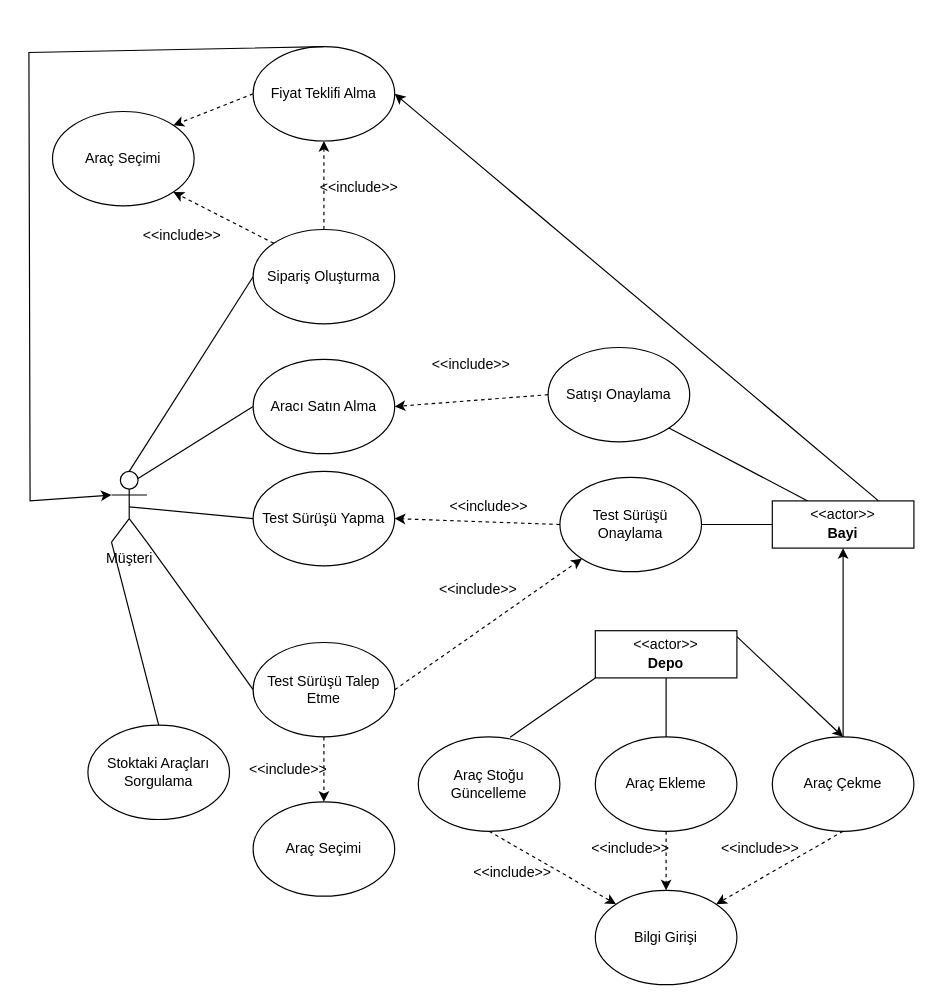
Above: diagrams/kullanim_senaryo.drawio in Ahmet-MahirDEMIRELLI/Birinci_El_Arac_Satis_Bilgi_Sistemi (draw.io), before the change. Source tidied: cells renumbered, new cells numbered last; positions are measured from the earlier drawing's top-left corner, leaving out a move shared by most shapes. Both pictures are drawn from the tidied source at 118%, with x=0, y=0 at pixel (28, 46).
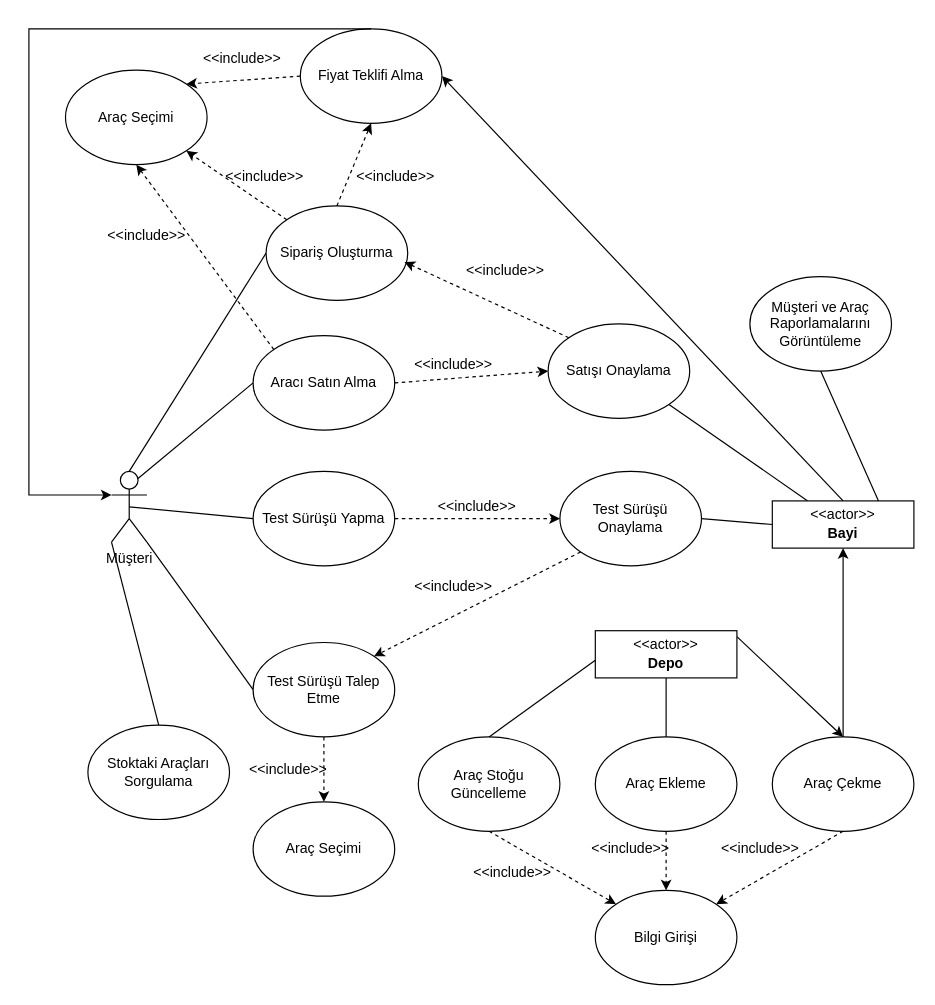
The same diagram, later.

Commit message:
Update Use Case Diagram

Unchanged cells that the change refers to:
```xml
<mxCell id="2" value="Müşteri" style="shape=umlActor;verticalLabelPosition=bottom;verticalAlign=top;html=1;outlineConnect=0;textShadow=0;" parent="1" vertex="1">
  <mxGeometry x="70" y="360" width="30" height="60" as="geometry" />
</mxCell>
<mxCell id="10" value="Test Sürüşü Yapma" style="ellipse;whiteSpace=wrap;html=1;" parent="1" vertex="1">
  <mxGeometry x="190" y="360" width="120" height="80" as="geometry" />
</mxCell>
<mxCell id="15" value="&amp;lt;&amp;lt;actor&amp;gt;&amp;gt;" style="html=1;align=center;spacing=0;verticalAlign=middle;strokeColor=none;fillColor=none;whiteSpace=wrap;spacingTop=3;" parent="14" vertex="1">
  <mxGeometry width="120" height="20" as="geometry" />
</mxCell>
<mxCell id="19" value="Depo" style="html=1;align=center;spacing=0;verticalAlign=middle;strokeColor=none;fillColor=none;whiteSpace=wrap;spacingBottom=4;fontStyle=1;" parent="17" vertex="1">
  <mxGeometry y="20" width="120" height="20" as="geometry" />
</mxCell>
<mxCell id="20" value="Araç Ekleme" style="ellipse;whiteSpace=wrap;html=1;" parent="1" vertex="1">
  <mxGeometry x="480" y="585" width="120" height="80" as="geometry" />
</mxCell>
<mxCell id="21" value="Araç Stoğu Güncelleme" style="ellipse;whiteSpace=wrap;html=1;" parent="1" vertex="1">
  <mxGeometry x="330" y="585" width="120" height="80" as="geometry" />
</mxCell>
<mxCell id="22" value="Test Sürüşü Talep Etme" style="ellipse;whiteSpace=wrap;html=1;" parent="1" vertex="1">
  <mxGeometry x="190" y="505" width="120" height="80" as="geometry" />
</mxCell>
```

Change to the diagram source:
```diff
@@
     <mxCell id="4" value="Sipariş Oluşturma" style="ellipse;whiteSpace=wrap;html=1;" parent="1" vertex="1">
-      <mxGeometry x="190" y="155" width="120" height="80" as="geometry" />
+      <mxGeometry x="201" y="135" width="120" height="80" as="geometry" />
     </mxCell>
@@
     <mxCell id="12" value="Satışı Onaylama" style="ellipse;whiteSpace=wrap;html=1;" parent="1" vertex="1">
-      <mxGeometry x="440" y="255" width="120" height="80" as="geometry" />
+      <mxGeometry x="440" y="235" width="120" height="80" as="geometry" />
     </mxCell>
@@
     <mxCell id="23" value="Test Sürüşü Onaylama" style="ellipse;whiteSpace=wrap;html=1;" parent="1" vertex="1">
-      <mxGeometry x="450" y="365" width="120" height="80" as="geometry" />
+      <mxGeometry x="450" y="360" width="120" height="80" as="geometry" />
     </mxCell>
@@
+    <mxCell id="55" style="html=1;labelBackgroundColor=#ffffff;startArrow=none;startFill=0;startSize=6;endArrow=classic;endFill=1;endSize=6;jettySize=auto;strokeWidth=1;dashed=1;fontSize=14;rounded=0;entryX=1;entryY=0;entryDx=0;entryDy=0;exitX=0;exitY=1;exitDx=0;exitDy=0;" parent="1" edge="1" source="23" target="22">
+      <mxGeometry relative="1" as="geometry" />
+    </mxCell>
+    <mxCell id="56" value="&amp;lt;&amp;lt;include&amp;gt;&amp;gt;" style="text;html=1;align=center;verticalAlign=middle;whiteSpace=wrap;rounded=0;" parent="1" vertex="1">
+      <mxGeometry x="330" y="440" width="60" height="35" as="geometry" />
+    </mxCell>
-    <mxCell id="25" style="html=1;labelBackgroundColor=#ffffff;startArrow=none;startFill=0;startSize=6;endArrow=classic;endFill=1;endSize=6;jettySize=auto;strokeWidth=1;dashed=1;fontSize=14;rounded=0;exitX=1;exitY=0.5;exitDx=0;exitDy=0;" parent="1" edge="1" source="22" target="23">
+    <mxCell id="25" style="html=1;labelBackgroundColor=#ffffff;startArrow=none;startFill=0;startSize=6;endArrow=classic;endFill=1;endSize=6;jettySize=auto;strokeWidth=1;dashed=1;fontSize=14;rounded=0;exitX=1;exitY=0.5;exitDx=0;exitDy=0;entryX=0;entryY=0.5;entryDx=0;entryDy=0;" parent="1" edge="1" source="10" target="23">
       <mxGeometry relative="1" as="geometry" />
     </mxCell>
     <mxCell id="26" value="&amp;lt;&amp;lt;include&amp;gt;&amp;gt;" style="text;html=1;align=center;verticalAlign=middle;whiteSpace=wrap;rounded=0;" parent="1" vertex="1">
-      <mxGeometry x="351" y="445" width="60" height="30" as="geometry" />
+      <mxGeometry x="350" y="375" width="60" height="30" as="geometry" />
     </mxCell>
@@
     <mxCell id="28" value="Aracı Satın Alma" style="ellipse;whiteSpace=wrap;html=1;" parent="1" vertex="1">
-      <mxGeometry x="190" y="265" width="120" height="80" as="geometry" />
+      <mxGeometry x="190" y="245" width="120" height="80" as="geometry" />
     </mxCell>
@@
-    <mxCell id="30" style="html=1;labelBackgroundColor=#ffffff;startArrow=none;startFill=0;startSize=6;endArrow=classic;endFill=1;endSize=6;jettySize=auto;strokeWidth=1;dashed=1;fontSize=14;rounded=0;exitX=0.5;exitY=0;exitDx=0;exitDy=0;entryX=0.5;entryY=1;entryDx=0;entryDy=0;" parent="1" edge="1" source="4" target="45">
+    <mxCell id="30" style="html=1;labelBackgroundColor=#ffffff;startArrow=none;startFill=0;startSize=6;endArrow=classic;endFill=1;endSize=6;jettySize=auto;strokeWidth=1;dashed=1;fontSize=14;rounded=0;exitX=1;exitY=0.5;exitDx=0;exitDy=0;entryX=0;entryY=0.5;entryDx=0;entryDy=0;" parent="1" edge="1" source="28" target="12">
       <mxGeometry relative="1" as="geometry" />
     </mxCell>
-    <mxCell id="31" style="html=1;labelBackgroundColor=#ffffff;startArrow=none;startFill=0;startSize=6;endArrow=classic;endFill=1;endSize=6;jettySize=auto;strokeWidth=1;dashed=1;fontSize=14;rounded=0;exitX=0;exitY=0.5;exitDx=0;exitDy=0;" parent="1" edge="1" source="12">
-      <mxGeometry relative="1" as="geometry">
-        <mxPoint x="310" y="305" as="targetPoint" />
-      </mxGeometry>
+    <mxCell id="31" style="html=1;labelBackgroundColor=#ffffff;startArrow=none;startFill=0;startSize=6;endArrow=classic;endFill=1;endSize=6;jettySize=auto;strokeWidth=1;dashed=1;fontSize=14;rounded=0;exitX=0.5;exitY=0;exitDx=0;exitDy=0;entryX=0.5;entryY=1;entryDx=0;entryDy=0;" parent="1" edge="1" source="4" target="45">
+      <mxGeometry relative="1" as="geometry" />
     </mxCell>
     <mxCell id="32" value="&amp;lt;&amp;lt;include&amp;gt;&amp;gt;" style="text;html=1;align=center;verticalAlign=middle;whiteSpace=wrap;rounded=0;" parent="1" vertex="1">
-      <mxGeometry x="250" y="105" width="60" height="30" as="geometry" />
+      <mxGeometry x="330" y="255" width="60" height="30" as="geometry" />
     </mxCell>
     <mxCell id="33" value="&amp;lt;&amp;lt;include&amp;gt;&amp;gt;" style="text;html=1;align=center;verticalAlign=middle;whiteSpace=wrap;rounded=0;" parent="1" vertex="1">
-      <mxGeometry x="344.5" y="255" width="60" height="30" as="geometry" />
+      <mxGeometry x="281" y="95" width="60" height="30" as="geometry" />
     </mxCell>
@@
     <mxCell id="36" value="Araç Seçimi" style="ellipse;whiteSpace=wrap;html=1;" parent="1" vertex="1">
-      <mxGeometry x="20" y="55" width="120" height="80" as="geometry" />
+      <mxGeometry x="31" y="20" width="120" height="80" as="geometry" />
     </mxCell>
@@
     <mxCell id="45" value="Fiyat Teklifi Alma" style="ellipse;whiteSpace=wrap;html=1;" parent="1" vertex="1">
-      <mxGeometry x="190" width="120" height="80" as="geometry" />
+      <mxGeometry x="230" y="-15" width="120" height="80" as="geometry" />
     </mxCell>
@@
-    <mxCell id="47" style="endArrow=classic;html=1;rounded=0;exitX=0.75;exitY=0;exitDx=0;exitDy=0;entryX=1;entryY=0.5;entryDx=0;entryDy=0;" parent="1" edge="1" source="15" target="45">
+    <mxCell id="47" style="endArrow=classic;html=1;rounded=0;exitX=0.5;exitY=0;exitDx=0;exitDy=0;entryX=1;entryY=0.5;entryDx=0;entryDy=0;" parent="1" edge="1" source="15" target="45">
       <mxGeometry relative="1" as="geometry" />
     </mxCell>
     <mxCell id="48" style="endArrow=classic;html=1;rounded=0;exitX=0.5;exitY=0;exitDx=0;exitDy=0;entryX=0;entryY=0.3333333333333333;entryDx=0;entryDy=0;entryPerimeter=0;" parent="1" edge="1" source="45" target="2">
       <mxGeometry relative="1" as="geometry">
         <Array as="points">
-          <mxPoint y="5" />
-          <mxPoint x="1" y="385" />
+          <mxPoint y="-15" />
+          <mxPoint y="380" />
         </Array>
       </mxGeometry>
     </mxCell>
-    <mxCell id="49" value="&amp;lt;&amp;lt;include&amp;gt;&amp;gt;" style="text;html=1;align=center;verticalAlign=middle;whiteSpace=wrap;rounded=0;" parent="1" vertex="1">
-      <mxGeometry x="100" y="145" width="60" height="30" as="geometry" />
-    </mxCell>
+    <mxCell id="57" value="&amp;lt;&amp;lt;include&amp;gt;&amp;gt;" style="text;html=1;align=center;verticalAlign=middle;whiteSpace=wrap;rounded=0;" parent="1" vertex="1">
+      <mxGeometry x="151" y="-5" width="60" height="30" as="geometry" />
+    </mxCell>
+    <mxCell id="58" value="&amp;lt;&amp;lt;include&amp;gt;&amp;gt;" style="text;html=1;align=center;verticalAlign=middle;whiteSpace=wrap;rounded=0;" parent="1" vertex="1">
+      <mxGeometry x="170" y="95" width="60" height="30" as="geometry" />
+    </mxCell>
+    <mxCell id="59" style="html=1;labelBackgroundColor=#ffffff;startArrow=none;startFill=0;startSize=6;endArrow=classic;endFill=1;endSize=6;jettySize=auto;strokeWidth=1;dashed=1;fontSize=14;rounded=0;exitX=0;exitY=0;exitDx=0;exitDy=0;entryX=0.977;entryY=0.594;entryDx=0;entryDy=0;entryPerimeter=0;" parent="1" edge="1" source="12" target="4">
+      <mxGeometry relative="1" as="geometry" />
+    </mxCell>
+    <mxCell id="60" value="&amp;lt;&amp;lt;include&amp;gt;&amp;gt;" style="text;html=1;align=center;verticalAlign=middle;whiteSpace=wrap;rounded=0;" parent="1" vertex="1">
+      <mxGeometry x="374" y="175" width="60" height="30" as="geometry" />
+    </mxCell>
+    <mxCell id="52" value="&amp;lt;&amp;lt;include&amp;gt;&amp;gt;" style="text;html=1;align=center;verticalAlign=middle;whiteSpace=wrap;rounded=0;" parent="1" vertex="1">
+      <mxGeometry x="190" y="595" width="60" height="35" as="geometry" />
+    </mxCell>
+    <mxCell id="61" value="Müşteri ve Araç Raporlamalarını&lt;div&gt;Görüntüleme&lt;/div&gt;" style="ellipse;whiteSpace=wrap;html=1;" parent="1" vertex="1">
+      <mxGeometry x="611" y="195" width="120" height="80" as="geometry" />
+    </mxCell>
+    <mxCell id="62" style="endArrow=none;html=1;rounded=0;entryX=0.5;entryY=1;entryDx=0;entryDy=0;exitX=0.75;exitY=0;exitDx=0;exitDy=0;" parent="1" edge="1" source="15" target="61">
+      <mxGeometry relative="1" as="geometry" />
+    </mxCell>
-    <mxCell id="50" style="endArrow=none;html=1;rounded=0;entryX=0;entryY=1;entryDx=0;entryDy=0;exitX=0.648;exitY=0.003;exitDx=0;exitDy=0;exitPerimeter=0;" parent="1" edge="1" source="21" target="19">
+    <mxCell id="50" style="endArrow=none;html=1;rounded=0;entryX=0;entryY=0.25;entryDx=0;entryDy=0;exitX=0.5;exitY=0;exitDx=0;exitDy=0;" parent="1" edge="1" source="21" target="19">
       <mxGeometry relative="1" as="geometry" />
     </mxCell>
-    <mxCell id="51" style="endArrow=none;html=1;rounded=0;exitX=0.5;exitY=1;exitDx=0;exitDy=0;entryX=0.5;entryY=0;entryDx=0;entryDy=0;" parent="1" edge="1" source="19" target="20">
-      <mxGeometry relative="1" as="geometry" />
-    </mxCell>
-    <mxCell id="52" value="&amp;lt;&amp;lt;include&amp;gt;&amp;gt;" style="text;html=1;align=center;verticalAlign=middle;whiteSpace=wrap;rounded=0;" parent="1" vertex="1">
-      <mxGeometry x="190" y="595" width="60" height="35" as="geometry" />
-    </mxCell>
-    <mxCell id="53" value="&amp;lt;&amp;lt;include&amp;gt;&amp;gt;" style="text;html=1;align=center;verticalAlign=middle;whiteSpace=wrap;rounded=0;" parent="1" vertex="1">
-      <mxGeometry x="360" y="375" width="60" height="30" as="geometry" />
-    </mxCell>
-    <mxCell id="54" style="html=1;labelBackgroundColor=#ffffff;startArrow=none;startFill=0;startSize=6;endArrow=classic;endFill=1;endSize=6;jettySize=auto;strokeWidth=1;dashed=1;fontSize=14;rounded=0;exitX=0;exitY=0.5;exitDx=0;exitDy=0;entryX=1;entryY=0.5;entryDx=0;entryDy=0;" parent="1" edge="1" source="23" target="10">
-      <mxGeometry relative="1" as="geometry" />
-    </mxCell>
+    <mxCell id="63" style="endArrow=none;html=1;rounded=0;entryX=0.5;entryY=1;entryDx=0;entryDy=0;exitX=0.5;exitY=0;exitDx=0;exitDy=0;" parent="1" edge="1" source="20" target="19">
+      <mxGeometry relative="1" as="geometry" />
+    </mxCell>
+    <mxCell id="64" style="html=1;labelBackgroundColor=#ffffff;startArrow=none;startFill=0;startSize=6;endArrow=classic;endFill=1;endSize=6;jettySize=auto;strokeWidth=1;dashed=1;fontSize=14;rounded=0;exitX=0;exitY=0;exitDx=0;exitDy=0;entryX=0.5;entryY=1;entryDx=0;entryDy=0;" parent="1" edge="1" source="28" target="36">
+      <mxGeometry relative="1" as="geometry" />
+    </mxCell>
+    <mxCell id="65" value="&amp;lt;&amp;lt;include&amp;gt;&amp;gt;" style="text;html=1;align=center;verticalAlign=middle;whiteSpace=wrap;rounded=0;" parent="1" vertex="1">
+      <mxGeometry x="70" y="145" width="60" height="30" as="geometry" />
+    </mxCell>
```
